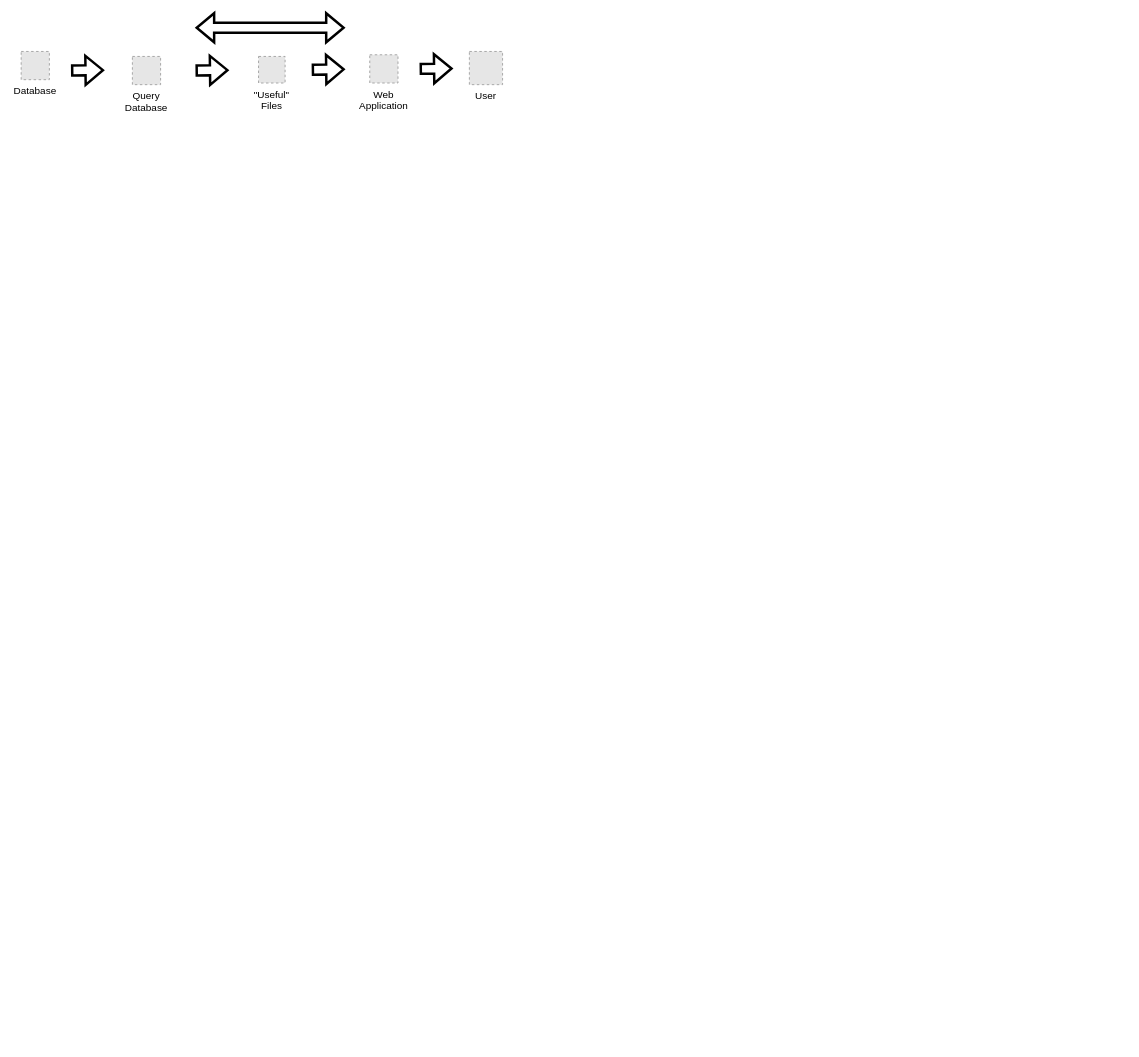
Above: assets/images/2023-11-16-stationmanager/useful-files-to-user-directly.drawio in rdmolony/rdmolony.github.io (draw.io), before the change. Source tidied: cells renumbered, new cells numbered last; positions are measured from the earlier drawing's top-left corner, leaving out a move shared by most shapes. Both pictures are drawn from the tidied source at 83%, with x=0, y=0 at pixel (21, 27). Pictures stored in the file or linked from it are replaced by grey dashed boxes.
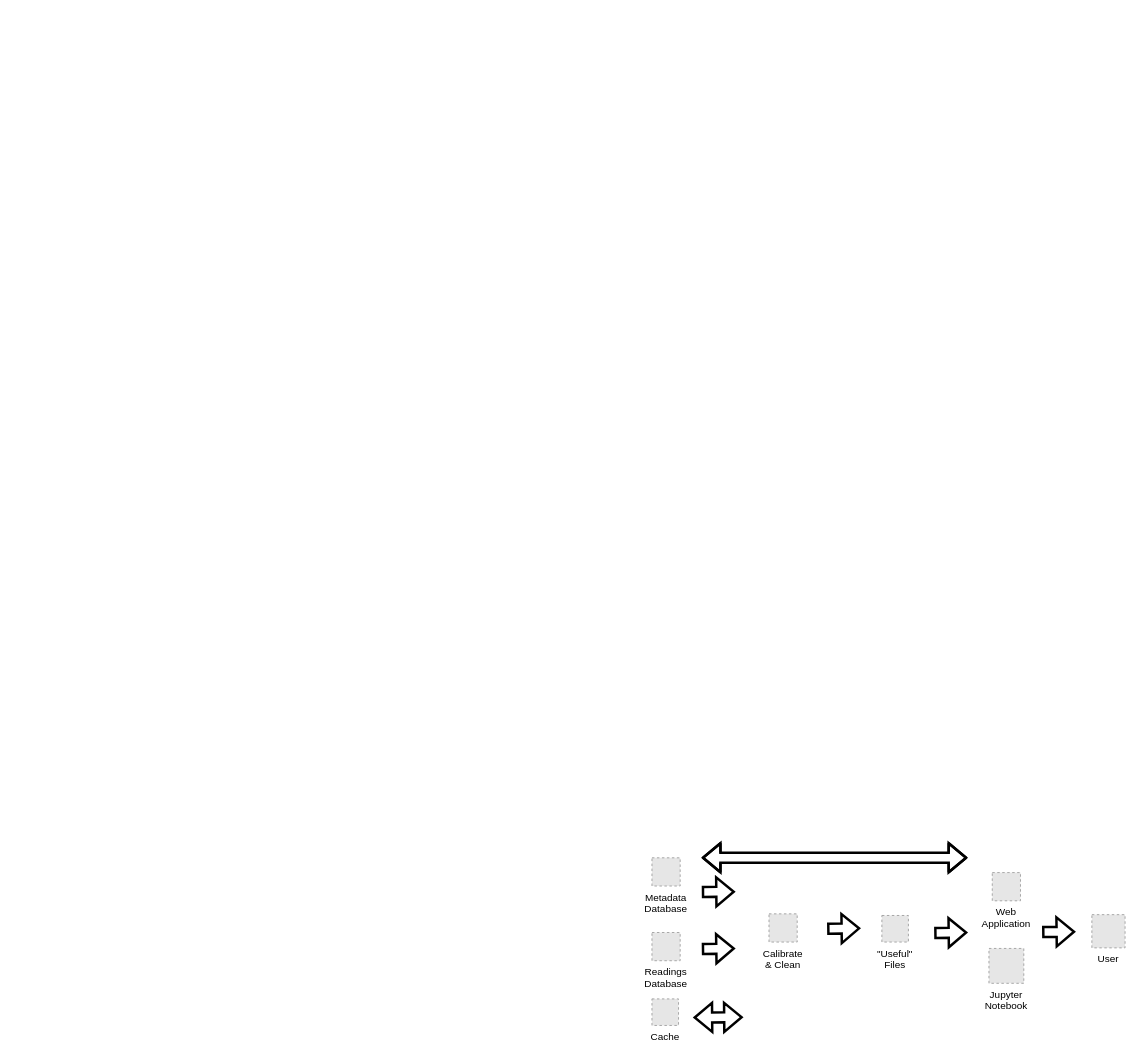
The same page after the edit.

Diff of the diagram source:
```diff
@@
-    <mxCell id="2" value="Database" style="fillColor=#E6E6E6;strokeColor=#999999;dashed=1;verticalLabelPosition=bottom;labelBackgroundColor=default;verticalAlign=top;" parent="1" vertex="1">
-      <mxGeometry y="28.5" width="34" height="34" as="geometry" />
-    </mxCell>
-    <mxCell id="3" style="shape=flexArrow;endArrow=classic;html=1;rounded=0;strokeWidth=3;" parent="1" edge="1">
-      <mxGeometry relative="1" as="geometry">
-        <mxPoint x="210" y="51.5" as="sourcePoint" />
-        <mxPoint x="250" y="51" as="targetPoint" />
-      </mxGeometry>
-    </mxCell>
+    <mxCell id="5" value="Web&#10;Application" style="fillColor=#E6E6E6;strokeColor=#999999;dashed=1;verticalLabelPosition=bottom;labelBackgroundColor=default;verticalAlign=top;" parent="1" vertex="1">
+      <mxGeometry x="1170" y="1017.8" width="34" height="34" as="geometry" />
+    </mxCell>
+    <mxCell id="12" style="shape=flexArrow;endArrow=classic;html=1;rounded=0;strokeWidth=3;" parent="1" edge="1">
+      <mxGeometry relative="1" as="geometry">
+        <mxPoint x="1100" y="1090.5" as="sourcePoint" />
+        <mxPoint x="1140" y="1090" as="targetPoint" />
+      </mxGeometry>
+    </mxCell>
+    <mxCell id="13" style="shape=flexArrow;endArrow=classic;html=1;rounded=0;strokeWidth=3;" parent="1" edge="1">
+      <mxGeometry relative="1" as="geometry">
+        <mxPoint x="1230" y="1089.5" as="sourcePoint" />
+        <mxPoint x="1270" y="1089" as="targetPoint" />
+      </mxGeometry>
+    </mxCell>
+    <mxCell id="9" value="User" style="fillColor=#E6E6E6;strokeColor=#999999;dashed=1;verticalLabelPosition=bottom;labelBackgroundColor=default;verticalAlign=top;" parent="1" vertex="1">
+      <mxGeometry x="1290" y="1068.5" width="40" height="40" as="geometry" />
+    </mxCell>
+    <mxCell id="14" style="shape=flexArrow;endArrow=classic;html=1;rounded=0;strokeWidth=3;" parent="1" edge="1">
+      <mxGeometry relative="1" as="geometry">
+        <mxPoint x="820" y="1109.8" as="sourcePoint" />
+        <mxPoint x="860" y="1109.2" as="targetPoint" />
+      </mxGeometry>
+    </mxCell>
+    <mxCell id="15" value="Calibrate&#10;&amp; Clean" style="fillColor=#E6E6E6;strokeColor=#999999;dashed=1;verticalLabelPosition=bottom;labelBackgroundColor=default;verticalAlign=top;" parent="1" vertex="1">
+      <mxGeometry x="901" y="1067.5" width="34" height="34" as="geometry" />
+    </mxCell>
+    <mxCell id="16" value="Cache" style="fillColor=#E6E6E6;strokeColor=#999999;dashed=1;verticalLabelPosition=bottom;labelBackgroundColor=default;verticalAlign=top;" parent="1" vertex="1">
+      <mxGeometry x="760" y="1170" width="32" height="32" as="geometry" />
+    </mxCell>
+    <mxCell id="17" value="Readings&#10;Database" style="fillColor=#E6E6E6;strokeColor=#999999;dashed=1;verticalLabelPosition=bottom;labelBackgroundColor=default;verticalAlign=top;" parent="1" vertex="1">
+      <mxGeometry x="760" y="1090" width="34" height="34" as="geometry" />
+    </mxCell>
+    <mxCell id="18" value="Metadata&#10;Database" style="fillColor=#E6E6E6;strokeColor=#999999;dashed=1;verticalLabelPosition=bottom;labelBackgroundColor=default;verticalAlign=top;" parent="1" vertex="1">
+      <mxGeometry x="760" y="1000" width="34" height="34" as="geometry" />
+    </mxCell>
+    <mxCell id="19" style="shape=flexArrow;endArrow=classic;startArrow=classic;html=1;rounded=0;strokeWidth=3;" parent="1" edge="1">
+      <mxGeometry relative="1" as="geometry">
+        <mxPoint x="810" y="1192.5" as="sourcePoint" />
+        <mxPoint x="869.5" y="1192" as="targetPoint" />
+      </mxGeometry>
+    </mxCell>
+    <mxCell id="20" style="shape=flexArrow;endArrow=classic;html=1;rounded=0;strokeWidth=3;" parent="1" edge="1">
+      <mxGeometry relative="1" as="geometry">
+        <mxPoint x="971" y="1085.5" as="sourcePoint" />
+        <mxPoint x="1011" y="1085" as="targetPoint" />
+      </mxGeometry>
+    </mxCell>
     <mxCell id="4" value="&quot;Useful&quot;&#10;Files" style="fillColor=#E6E6E6;strokeColor=#999999;dashed=1;verticalLabelPosition=bottom;labelBackgroundColor=default;verticalAlign=top;" parent="1" vertex="1">
-      <mxGeometry x="286" y="34.5" width="32" height="32" as="geometry" />
+      <mxGeometry x="1037" y="1069.5" width="32" height="32" as="geometry" />
     </mxCell>
-    <mxCell id="5" value="Web&#10;Application" style="fillColor=#E6E6E6;strokeColor=#999999;dashed=1;verticalLabelPosition=bottom;labelBackgroundColor=default;verticalAlign=top;" parent="1" vertex="1">
-      <mxGeometry x="420" y="32.5" width="34" height="34" as="geometry" />
-    </mxCell>
-    <mxCell id="6" style="shape=flexArrow;endArrow=classic;html=1;rounded=0;strokeWidth=3;" parent="1" edge="1">
-      <mxGeometry relative="1" as="geometry">
-        <mxPoint x="350" y="50.5" as="sourcePoint" />
-        <mxPoint x="390" y="50" as="targetPoint" />
-      </mxGeometry>
-    </mxCell>
-    <mxCell id="7" value="Query&#10;Database" style="fillColor=#E6E6E6;strokeColor=#999999;dashed=1;verticalLabelPosition=bottom;labelBackgroundColor=default;verticalAlign=top;" parent="1" vertex="1">
-      <mxGeometry x="134" y="34.5" width="34" height="34" as="geometry" />
-    </mxCell>
-    <mxCell id="8" style="shape=flexArrow;endArrow=classic;html=1;rounded=0;strokeWidth=3;" parent="1" edge="1">
-      <mxGeometry relative="1" as="geometry">
-        <mxPoint x="480" y="49.5" as="sourcePoint" />
-        <mxPoint x="520" y="49" as="targetPoint" />
-      </mxGeometry>
-    </mxCell>
-    <mxCell id="9" value="User" style="fillColor=#E6E6E6;strokeColor=#999999;dashed=1;verticalLabelPosition=bottom;labelBackgroundColor=default;verticalAlign=top;" parent="1" vertex="1">
-      <mxGeometry x="540" y="28.5" width="40" height="40" as="geometry" />
-    </mxCell>
-    <mxCell id="10" style="shape=flexArrow;endArrow=classic;startArrow=classic;html=1;rounded=0;strokeWidth=3;" parent="1" edge="1">
-      <mxGeometry relative="1" as="geometry">
-        <mxPoint x="390" as="sourcePoint" />
-        <mxPoint x="210" as="targetPoint" />
-      </mxGeometry>
-    </mxCell>
-    <mxCell id="11" style="shape=flexArrow;endArrow=classic;html=1;rounded=0;strokeWidth=3;" parent="1" edge="1">
-      <mxGeometry relative="1" as="geometry">
-        <mxPoint x="60" y="51.5" as="sourcePoint" />
-        <mxPoint x="100" y="51" as="targetPoint" />
-      </mxGeometry>
-    </mxCell>
+    <mxCell id="21" style="shape=flexArrow;endArrow=classic;html=1;rounded=0;strokeWidth=3;" parent="1" edge="1">
+      <mxGeometry relative="1" as="geometry">
+        <mxPoint x="820" y="1041.2" as="sourcePoint" />
+        <mxPoint x="860" y="1040.8" as="targetPoint" />
+      </mxGeometry>
+    </mxCell>
+    <mxCell id="22" style="shape=flexArrow;endArrow=classic;startArrow=classic;html=1;rounded=0;strokeWidth=3;" parent="1" edge="1">
+      <mxGeometry relative="1" as="geometry">
+        <mxPoint x="820" y="1000" as="sourcePoint" />
+        <mxPoint x="1140" y="1000" as="targetPoint" />
+        <Array as="points">
+          <mxPoint x="970" y="1000" />
+        </Array>
+      </mxGeometry>
+    </mxCell>
+    <mxCell id="23" value="Jupyter&#10;Notebook" style="fillColor=#E6E6E6;strokeColor=#999999;dashed=1;verticalLabelPosition=bottom;labelBackgroundColor=default;verticalAlign=top;" parent="1" vertex="1">
+      <mxGeometry x="1166" y="1109.2" width="42" height="42" as="geometry" />
+    </mxCell>
```
